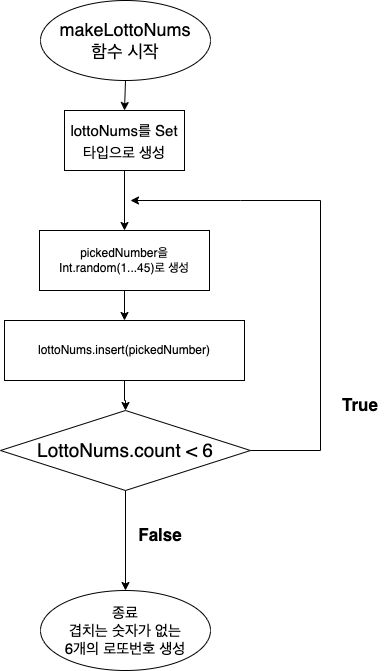
yagom-academy/swift-starter-Round2 keeps this draw.io diagram as LottoNumsMake.png. Above is the earlier version. Source tidied: cells renumbered, new cells last; positions are measured from the earlier drawing's top-left corner, leaving out a move shared by most shapes.
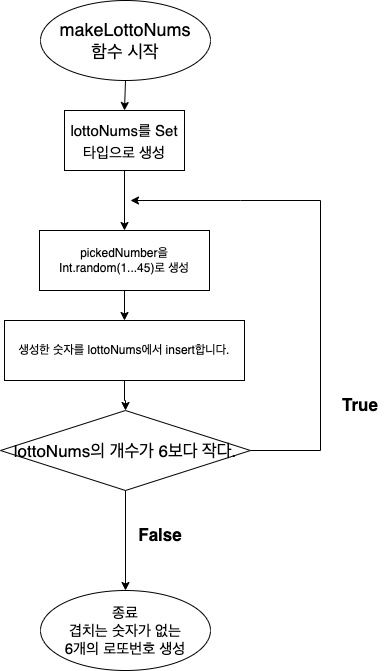
Later version of the same file.

Change to the diagram source:
```diff
@@ -27,7 +27,7 @@
         </Array>
       </mxGeometry>
     </mxCell>
-    <mxCell id="8" value="LottoNums.count &amp;lt; 6" style="rhombus;whiteSpace=wrap;html=1;fontSize=19;" parent="1" vertex="1">
+    <mxCell id="8" value="&lt;font style=&quot;font-size: 17px;&quot;&gt;lottoNums의 개수가 6보다 작다.&lt;/font&gt;" style="rhombus;whiteSpace=wrap;html=1;fontSize=19;" parent="1" vertex="1">
       <mxGeometry y="410" width="250" height="80" as="geometry" />
     </mxCell>
     <mxCell id="9" value="종료&lt;br&gt;겹치는 숫자가 없는&lt;br&gt;6개의 로또번호 생성" style="ellipse;whiteSpace=wrap;html=1;fontSize=15;" parent="1" vertex="1">
@@ -39,7 +39,7 @@
     <mxCell id="11" style="edgeStyle=orthogonalEdgeStyle;rounded=0;jettySize=auto;html=1;" parent="1" edge="1" source="12" target="8">
       <mxGeometry relative="1" as="geometry" />
     </mxCell>
-    <mxCell id="12" value="lottoNums.insert(pickedNumber)" style="rounded=0;whiteSpace=wrap;html=1;" parent="1" vertex="1">
+    <mxCell id="12" value="생성한 숫자를 lottoNums에서 insert합니다." style="rounded=0;whiteSpace=wrap;html=1;" parent="1" vertex="1">
       <mxGeometry x="4" y="320" width="240" height="60" as="geometry" />
     </mxCell>
     <mxCell id="13" style="endArrow=classic;html=1;rounded=0;exitX=0.5;exitY=1;exitDx=0;exitDy=0;entryX=0.5;entryY=0;entryDx=0;entryDy=0;" parent="1" edge="1" source="10" target="12">
```
